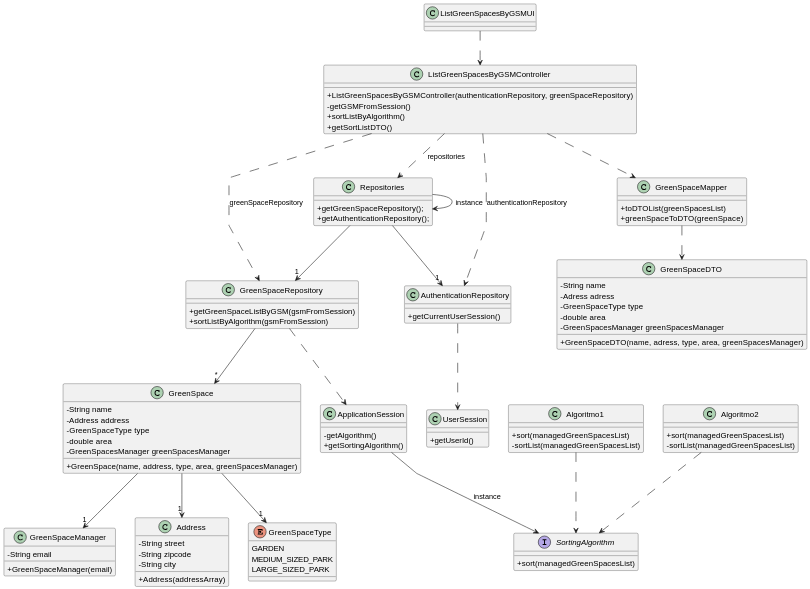
Above: docs/sprintA&B&C/us027/03.design/svg/us027-class-diagram.svg in daniel41silva05/ISEP_2023_2024_LAPR2 (PlantUML), before the change.
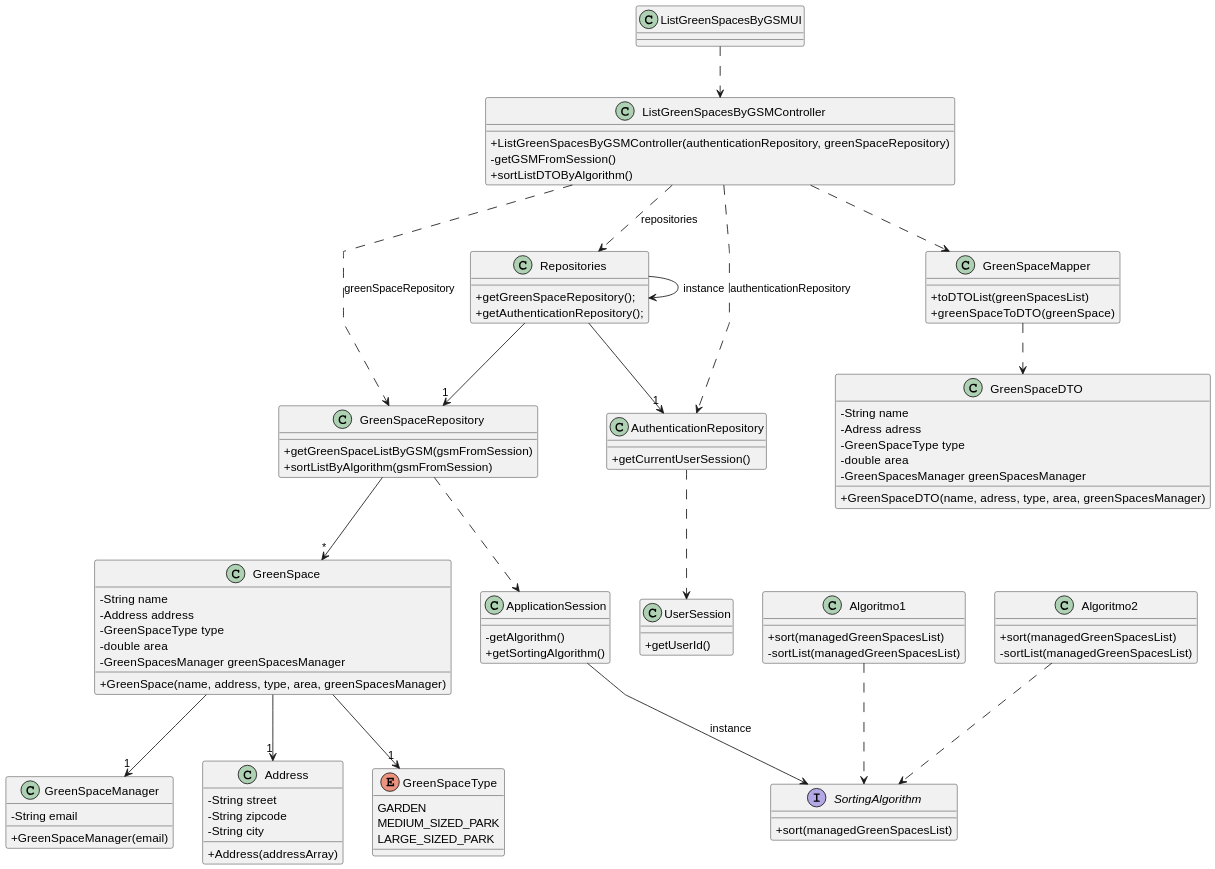
Later version of the same file.

What changed in the source:
```diff
@@ -12,8 +12,7 @@
 class ListGreenSpacesByGSMController {
     +ListGreenSpacesByGSMController(authenticationRepository, greenSpaceRepository)
     -getGSMFromSession()
-    +sortListByAlgorithm()
-    +getSortListDTO()
+    +sortListDTOByAlgorithm()
 }
 
 class GreenSpaceRepository {
```
